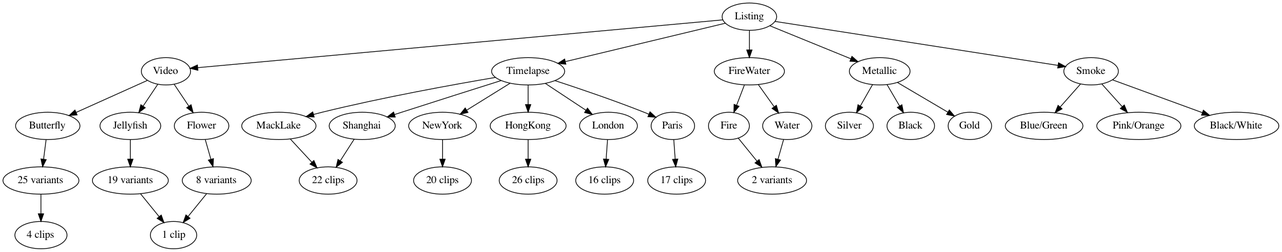
Before: docs/Motion.png, a diagram exported from Graphviz (leptos-null/Motion). Its source is kept beside it as docs/Motion.gv. Its diagram source:
```dot
digraph Motion {
    Listing -> {Video, Timelapse, FireWater, Metallic, Smoke}
        Video -> {Butterfly, Jellyfish, Flower}
            Butterfly -> "25 variants" -> "4 clips"
            Jellyfish -> "19 variants" -> "1 clip"
            Flower -> "8 variants" -> "1 clip"
        Timelapse -> {MackLake, NewYork, HongKong, London, Paris, Shanghai}
            MackLake -> "22 clips"
            NewYork -> "20 clips"
            HongKong -> "26 clips"
            London -> "16 clips"
            Paris -> "17 clips"
            Shanghai -> "22 clips"
        FireWater -> {Fire, Water}
            Fire -> "2 variants"
            Water -> "2 variants"
        Metallic -> {Silver, Black, Gold}
        Smoke -> {"Blue/Green", "Pink/Orange", "Black/White"}
}
```
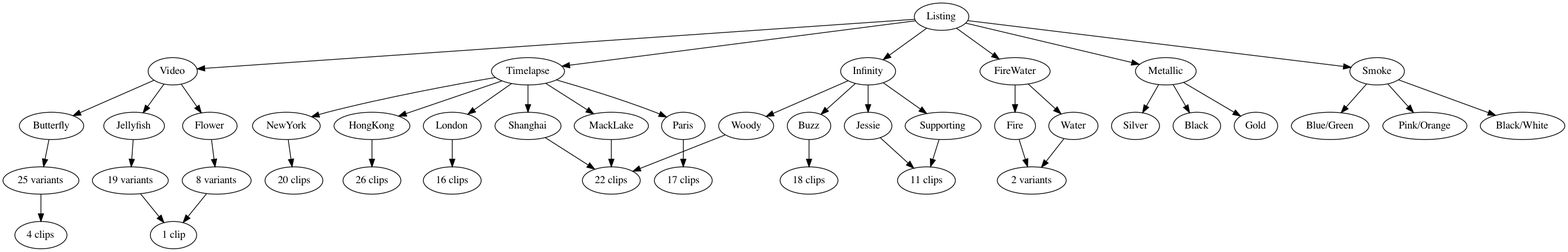
Above is the later version.

Commit message:
[NanoTimeKit] Add Infinity ("Toy Story") headers and documentation

Change to the diagram source:
```diff
@@ -1,5 +1,5 @@
 digraph Motion {
-    Listing -> {Video, Timelapse, FireWater, Metallic, Smoke}
+    Listing -> {Video, Timelapse, Infinity, FireWater, Metallic, Smoke}
         Video -> {Butterfly, Jellyfish, Flower}
             Butterfly -> "25 variants" -> "4 clips"
             Jellyfish -> "19 variants" -> "1 clip"
@@ -11,6 +11,11 @@
             London -> "16 clips"
             Paris -> "17 clips"
             Shanghai -> "22 clips"
+        Infinity -> {Buzz, Woody, Jessie, Supporting}
+            Buzz -> "18 clips"
+            Woody -> "22 clips"
+            Jessie -> "11 clips"
+            Supporting -> "11 clips"
         FireWater -> {Fire, Water}
             Fire -> "2 variants"
             Water -> "2 variants"
```
